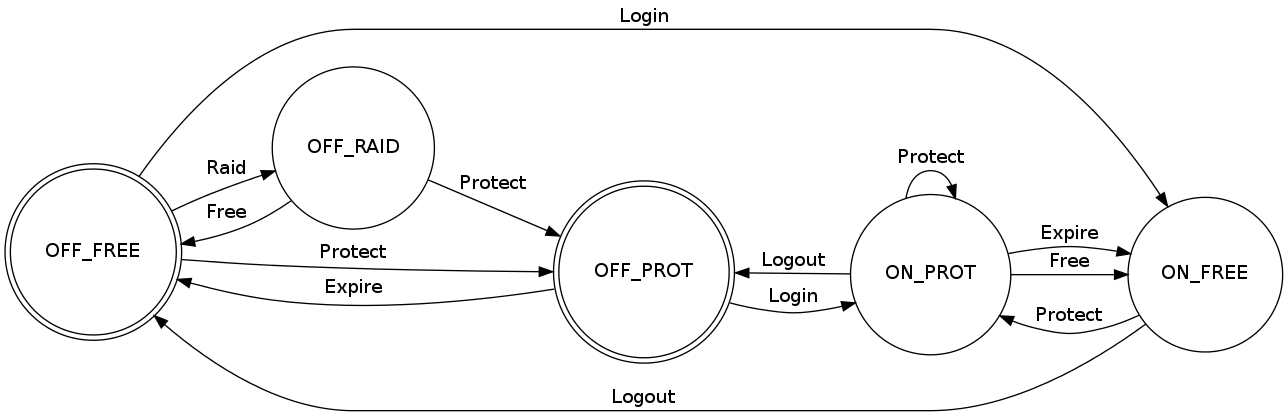
Above: doc/fsm.png in xtaci/gonet (Graphviz), before the change. Its source is kept beside it as doc/fsm.dot.
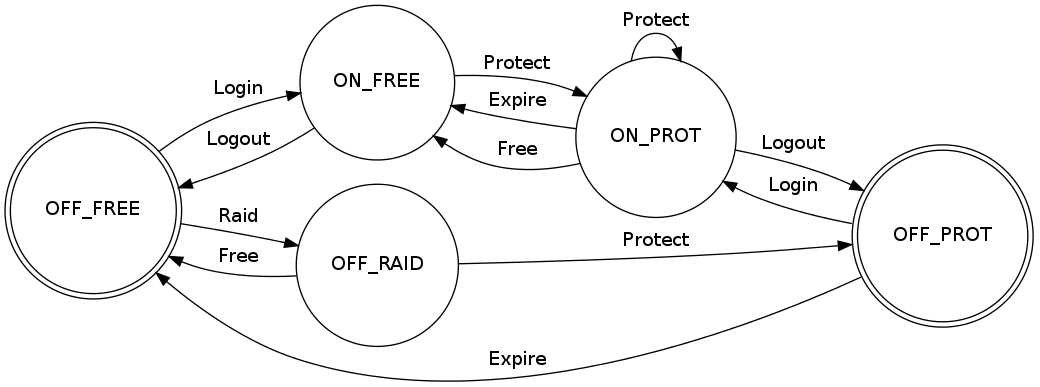
After the change.

What changed in the source:
```diff
@@ -4,7 +4,6 @@
 	node [shape = circle];
 	OFF_FREE->ON_FREE [label="Login"];
 	OFF_FREE->OFF_RAID [label="Raid"];
-	OFF_FREE->OFF_PROT [label="Protect"];
 	OFF_PROT->ON_PROT [label="Login"];
 	OFF_RAID->OFF_PROT [label="Protect"];
 	OFF_RAID->OFF_FREE [label="Free"];
```
